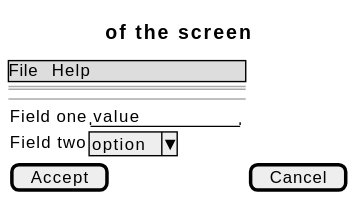
The PlantUML diagram docs/01-requirements/use-cases/downloadFile/wireframes.svg in didactika/kampus, before a commit. Source of this version:
```plantuml
@startsalt
{
  {* File | Help }
  ==
  Title of the screen
  --
  {
    Field one | "value        "
    Field two | ^option^
  }
  [ Accept ] | [ Cancel ]
}
@endsalt
```
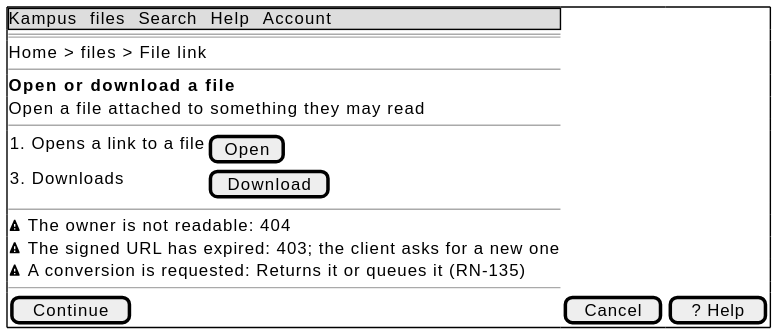
After the commit.

What changed in the source:
```diff
@@ -1,13 +1,21 @@
 @startsalt
-{
-  {* File | Help }
+{+
+  {* Kampus | files | Search | Help | Account }
   ==
-  Title of the screen
+  Home > files > File link
+  --
+  <b>Open or download a file
+  Open a file attached to something they may read
   --
   {
-    Field one | "value        "
-    Field two | ^option^
+    1. Opens a link to a file | [ Open ]
+    3. Downloads | [ Download ]
   }
-  [ Accept ] | [ Cancel ]
+  --
+  <&warning> The owner is not readable: 404
+  <&warning> The signed URL has expired: 403; the client asks for a new one
+  <&warning> A conversion is requested: Returns it or queues it (RN-135)
+  --
+  [ Continue ] | [ Cancel ] | [ ? Help ]
 }
 @endsalt
```
